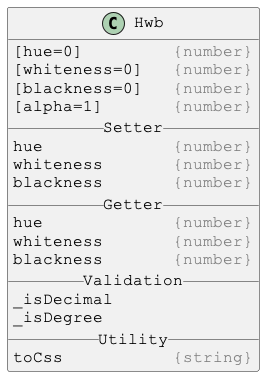
Justin-Byrne/canvasLab keeps this PlantUML diagram as docs/PlantUml/images/Hwb.png. Above is the earlier version.
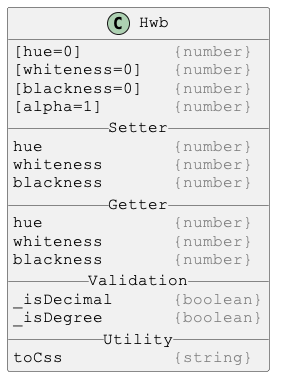
The same file after the commit.

The edit, as a diff of the source:
```diff
@@ -17,8 +17,8 @@
 whiteness       <color:gray>{number}</color>
 blackness       <color:gray>{number}</color>
 __ Validation __
-_isDecimal
-_isDegree
+_isDecimal      <color:gray>{boolean}</color>
+_isDegree       <color:gray>{boolean}</color>
 __ Utility __
 toCss           <color:gray>{string}</color>
 }
```
